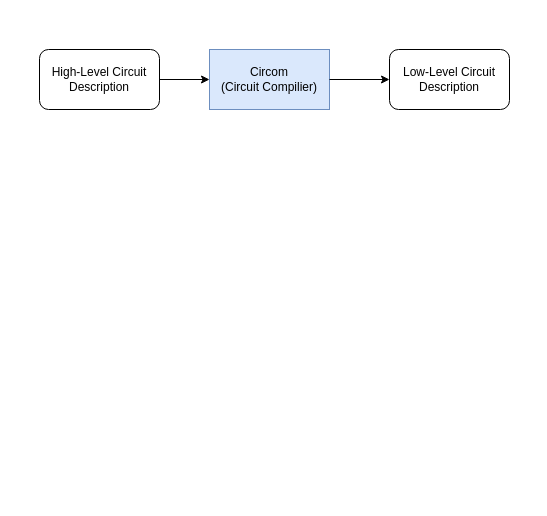
This is fig/circom-overview.drawio from Koukyosyumei/MyZKP, a draw.io file, before an edit. Source tidied: cells renumbered, new cells numbered last; positions are measured from the earlier drawing's top-left corner, leaving out a move shared by most shapes. Both pictures are drawn from the tidied source at 100%, with x=0, y=0 at pixel (39, 49). Pictures stored in the file or linked from it are replaced by grey dashed boxes.
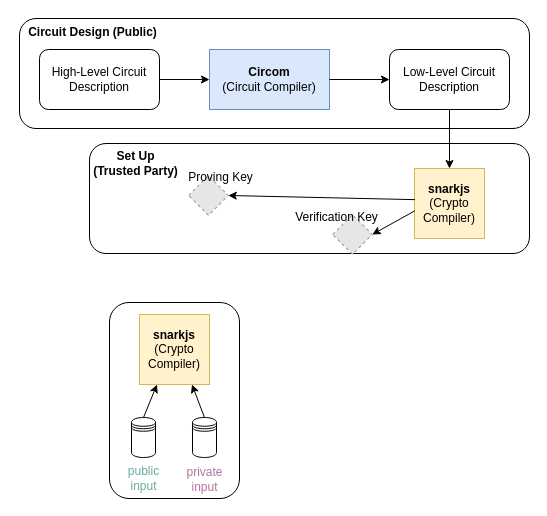
Above is the later version.

Commit message (it also covers changes not shown here):
circom-overview.drawio を更新します

The change refers to these unchanged cells:
```xml
<mxCell id="5" value="Low-Level Circuit&lt;div&gt;Description&lt;/div&gt;" style="rounded=1;whiteSpace=wrap;html=1;" parent="1" vertex="1">
  <mxGeometry x="350" width="120" height="60" as="geometry" />
</mxCell>
```

Diff of the diagram source:
```diff
@@
+    <mxCell id="7" style="rounded=1;whiteSpace=wrap;html=1;fillColor=none;" parent="1" vertex="1">
+      <mxGeometry x="50" y="94" width="440" height="110" as="geometry" />
+    </mxCell>
@@
-    <mxCell id="3" value="Circom&lt;div&gt;(Circuit Compilier)&lt;/div&gt;" style="rounded=0;whiteSpace=wrap;html=1;fillColor=#dae8fc;strokeColor=#6c8ebf;" parent="1" vertex="1">
+    <mxCell id="3" value="&lt;b&gt;Circom&lt;/b&gt;&lt;div&gt;(Circuit Compiler)&lt;/div&gt;" style="rounded=0;whiteSpace=wrap;html=1;fillColor=#dae8fc;strokeColor=#6c8ebf;" parent="1" vertex="1">
       <mxGeometry x="170" width="120" height="60" as="geometry" />
     </mxCell>
@@
+    <mxCell id="8" value="&lt;b&gt;snarkjs&lt;/b&gt;&lt;div&gt;(Crypto Compiler)&lt;/div&gt;" style="whiteSpace=wrap;html=1;fillColor=#fff2cc;strokeColor=#d6b656;" parent="1" vertex="1">
+      <mxGeometry x="375" y="119" width="70" height="70" as="geometry" />
+    </mxCell>
+    <mxCell id="9" style="endArrow=classic;html=1;rounded=0;exitX=0.5;exitY=1;exitDx=0;exitDy=0;entryX=0.5;entryY=0;entryDx=0;entryDy=0;" parent="1" edge="1" source="5" target="8">
+      <mxGeometry relative="1" as="geometry" />
+    </mxCell>
+    <mxCell id="10" style="fillColor=#E6E6E6;strokeColor=#999999;dashed=1;verticalLabelPosition=bottom;labelBackgroundColor=default;verticalAlign=top;rotation=-45;" parent="1" vertex="1">
+      <mxGeometry x="299" y="171" width="28" height="28" as="geometry" />
+    </mxCell>
+    <mxCell id="11" style="fillColor=#E6E6E6;strokeColor=#999999;dashed=1;verticalLabelPosition=bottom;labelBackgroundColor=default;verticalAlign=top;rotation=-45;" parent="1" vertex="1">
+      <mxGeometry x="155" y="132" width="28" height="28" as="geometry" />
+    </mxCell>
+    <mxCell id="12" value="Proving Key" style="text;html=1;align=center;verticalAlign=middle;strokeColor=none;fillColor=none;" parent="1" vertex="1">
+      <mxGeometry x="136" y="113" width="90" height="30" as="geometry" />
+    </mxCell>
+    <mxCell id="13" value="Verification Key" style="text;html=1;align=center;verticalAlign=middle;strokeColor=none;fillColor=none;" parent="1" vertex="1">
+      <mxGeometry x="242" y="153" width="110" height="30" as="geometry" />
+    </mxCell>
+    <mxCell id="14" style="endArrow=classic;html=1;rounded=0;entryX=1;entryY=1;entryDx=0;entryDy=0;exitX=0.007;exitY=0.445;exitDx=0;exitDy=0;exitPerimeter=0;" parent="1" edge="1" source="8" target="11">
+      <mxGeometry relative="1" as="geometry" />
+    </mxCell>
+    <mxCell id="15" style="endArrow=classic;html=1;rounded=0;exitX=0.004;exitY=0.619;exitDx=0;exitDy=0;exitPerimeter=0;entryX=1;entryY=1;entryDx=0;entryDy=0;" parent="1" edge="1" target="10">
+      <mxGeometry relative="1" as="geometry">
+        <mxPoint x="375.3" y="161.3" as="sourcePoint" />
+      </mxGeometry>
+    </mxCell>
+    <mxCell id="16" style="rounded=1;whiteSpace=wrap;html=1;fillColor=none;" parent="1" vertex="1">
+      <mxGeometry x="-20" y="-31" width="510" height="110" as="geometry" />
+    </mxCell>
+    <mxCell id="17" value="&lt;b&gt;Circuit Design (Public)&lt;/b&gt;" style="text;html=1;align=center;verticalAlign=middle;strokeColor=none;fillColor=none;" parent="1" vertex="1">
+      <mxGeometry x="-22" y="-32" width="150" height="30" as="geometry" />
+    </mxCell>
+    <mxCell id="18" value="&lt;b&gt;Set Up&lt;/b&gt;&lt;div&gt;&lt;b&gt;(Trusted Party)&lt;/b&gt;&lt;/div&gt;" style="text;html=1;align=center;verticalAlign=middle;strokeColor=none;fillColor=none;" parent="1" vertex="1">
+      <mxGeometry x="41" y="94" width="110" height="40" as="geometry" />
+    </mxCell>
+    <mxCell id="19" style="rounded=1;whiteSpace=wrap;html=1;fillColor=none;" parent="1" vertex="1">
+      <mxGeometry x="70" y="253" width="130" height="196" as="geometry" />
+    </mxCell>
+    <mxCell id="20" value="&lt;b&gt;snarkjs&lt;/b&gt;&lt;div&gt;(Crypto Compiler)&lt;/div&gt;" style="whiteSpace=wrap;html=1;fillColor=#fff2cc;strokeColor=#d6b656;" parent="1" vertex="1">
+      <mxGeometry x="100" y="265" width="70" height="70" as="geometry" />
+    </mxCell>
+    <mxCell id="21" style="shape=datastore;whiteSpace=wrap;html=1;" parent="1" vertex="1">
+      <mxGeometry x="92" y="368" width="24" height="40" as="geometry" />
+    </mxCell>
+    <mxCell id="22" style="shape=datastore;whiteSpace=wrap;html=1;" parent="1" vertex="1">
+      <mxGeometry x="153" y="368" width="24" height="40" as="geometry" />
+    </mxCell>
+    <mxCell id="23" value="public&lt;div&gt;input&lt;/div&gt;" style="text;html=1;align=center;verticalAlign=middle;strokeColor=none;fillColor=none;fontColor=#67AB9F;" parent="1" vertex="1">
+      <mxGeometry x="79" y="409" width="50" height="40" as="geometry" />
+    </mxCell>
+    <mxCell id="24" value="&lt;font color=&quot;#b5739d&quot;&gt;private&lt;/font&gt;&lt;div&gt;&lt;font color=&quot;#b5739d&quot;&gt;input&lt;/font&gt;&lt;/div&gt;" style="text;html=1;align=center;verticalAlign=middle;strokeColor=none;fillColor=none;" parent="1" vertex="1">
+      <mxGeometry x="135" y="410" width="60" height="40" as="geometry" />
+    </mxCell>
+    <mxCell id="25" style="endArrow=classic;html=1;rounded=0;exitX=0.5;exitY=0;exitDx=0;exitDy=0;entryX=0.25;entryY=1;entryDx=0;entryDy=0;" parent="1" edge="1" source="21" target="20">
+      <mxGeometry relative="1" as="geometry" />
+    </mxCell>
+    <mxCell id="26" style="endArrow=classic;html=1;rounded=0;exitX=0.5;exitY=0;exitDx=0;exitDy=0;entryX=0.75;entryY=1;entryDx=0;entryDy=0;" parent="1" edge="1" source="22" target="20">
+      <mxGeometry relative="1" as="geometry" />
+    </mxCell>
```
